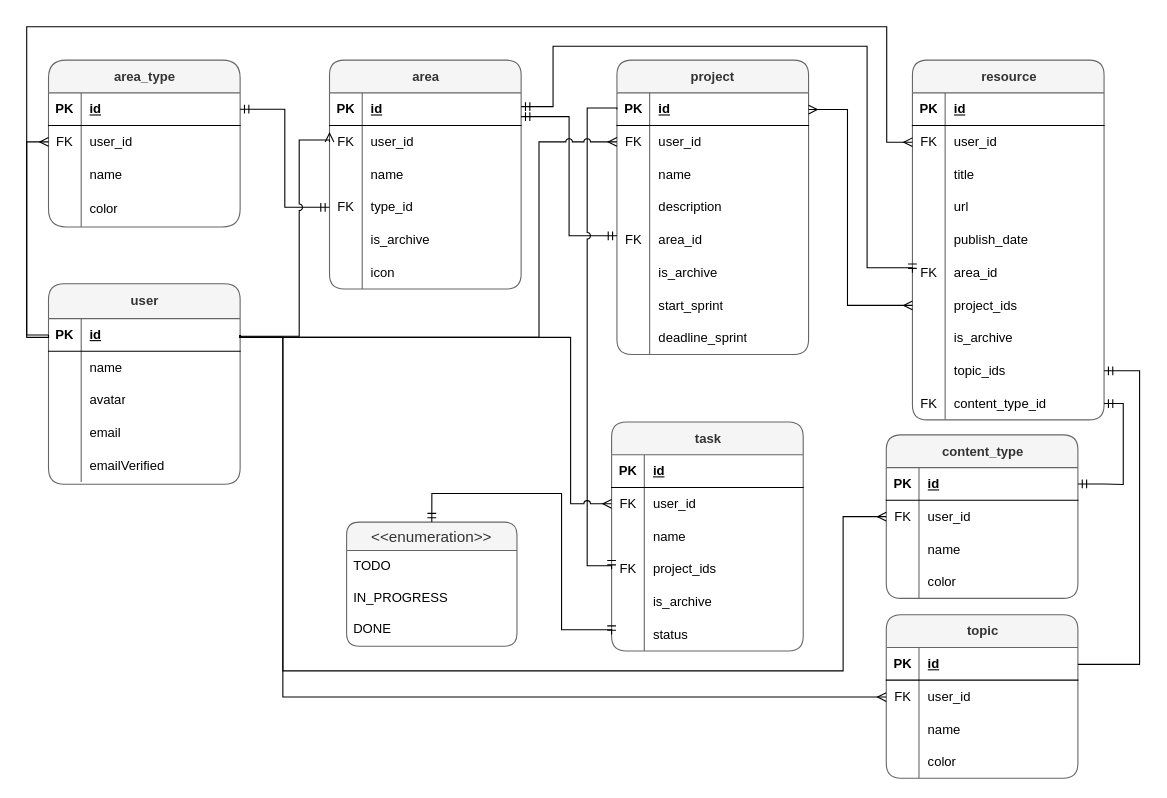
Above: Setala-App.drawio in yogiprsetya/app.diagrams.net (draw.io), before the change. Source tidied: cells renumbered, new cells numbered last; positions are measured from the earlier drawing's top-left corner, leaving out a move shared by most shapes. Both pictures are drawn from the tidied source at 109%, with x=0, y=0 at pixel (26, 26).
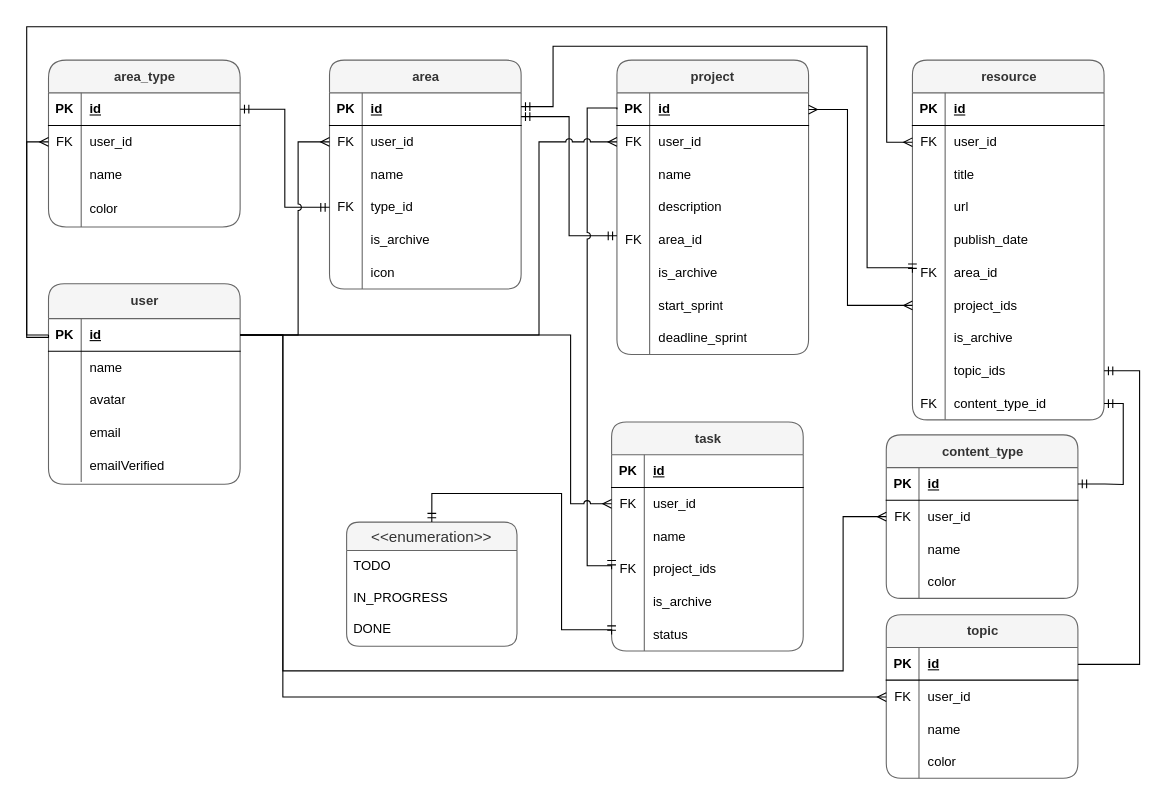
After the change.

Unchanged cells that the change refers to:
```xml
<mxCell id="6" style="shape=tableRow;horizontal=0;startSize=0;swimlaneHead=0;swimlaneBody=0;fillColor=none;points=[[0,0.5],[1,0.5]];portConstraint=eastwest;top=0;left=0;right=0;bottom=0;" parent="2" vertex="1">
  <mxGeometry y="60" width="175.8" height="30" as="geometry" />
</mxCell>
<mxCell id="39" style="shape=tableRow;horizontal=0;startSize=0;swimlaneHead=0;swimlaneBody=0;fillColor=none;points=[[0,0.5],[1,0.5]];portConstraint=eastwest;top=0;left=0;right=0;bottom=0;" parent="35" vertex="1">
  <mxGeometry y="60" width="175.8" height="30" as="geometry" />
</mxCell>
<mxCell id="96" style="shape=tableRow;horizontal=0;startSize=0;swimlaneHead=0;swimlaneBody=0;fillColor=none;points=[[0,0.5],[1,0.5]];portConstraint=eastwest;top=0;left=0;right=0;bottom=0;" parent="92" vertex="1">
  <mxGeometry y="60" width="175.8" height="30" as="geometry" />
</mxCell>
<mxCell id="111" style="shape=tableRow;horizontal=0;startSize=0;swimlaneHead=0;swimlaneBody=0;fillColor=none;points=[[0,0.5],[1,0.5]];portConstraint=eastwest;top=0;left=0;right=0;bottom=0;" parent="107" vertex="1">
  <mxGeometry y="60" width="175.8" height="30" as="geometry" />
</mxCell>
<mxCell id="137" style="shape=tableRow;horizontal=0;startSize=0;swimlaneHead=0;swimlaneBody=0;fillColor=none;points=[[0,0.5],[1,0.5]];portConstraint=eastwest;top=0;left=0;right=0;bottom=0;" parent="133" vertex="1">
  <mxGeometry y="60" width="175.8" height="30" as="geometry" />
</mxCell>
<mxCell id="148" style="shape=tableRow;horizontal=0;startSize=0;swimlaneHead=0;swimlaneBody=0;fillColor=none;points=[[0,0.5],[1,0.5]];portConstraint=eastwest;top=0;left=0;right=0;bottom=1;" parent="147" vertex="1">
  <mxGeometry y="32" width="175.8" height="30" as="geometry" />
</mxCell>
```

Diff of the diagram source:
```diff
@@
-    <mxCell id="164" style="edgeStyle=orthogonalEdgeStyle;rounded=0;jettySize=auto;html=1;entryX=0;entryY=0.5;entryDx=0;entryDy=0;endArrow=ERmany;endFill=0;jumpStyle=arc;exitX=1;exitY=0.5;exitDx=0;exitDy=0;" parent="1" edge="1" source="148" target="6">
+    <mxCell id="164" style="rounded=0;jettySize=auto;html=1;endArrow=ERmany;endFill=0;jumpStyle=arc;exitX=1;exitY=0.5;exitDx=0;exitDy=0;entryX=0;entryY=0.5;entryDx=0;entryDy=0;edgeStyle=orthogonalEdgeStyle;" parent="1" edge="1" source="148" target="6">
       <mxGeometry relative="1" as="geometry">
         <Array as="points">
-          <mxPoint x="196" y="284" />
-          <mxPoint x="250" y="284" />
-          <mxPoint x="250" y="104" />
-          <mxPoint x="278" y="104" />
+          <mxPoint x="249" y="283" />
+          <mxPoint x="249" y="106" />
         </Array>
       </mxGeometry>
     </mxCell>
     <mxCell id="165" style="edgeStyle=orthogonalEdgeStyle;rounded=0;jettySize=auto;html=1;entryX=0;entryY=0.5;entryDx=0;entryDy=0;endArrow=ERmany;endFill=0;jumpStyle=arc;exitX=1;exitY=0.5;exitDx=0;exitDy=0;" parent="1" edge="1" source="148" target="39">
       <mxGeometry relative="1" as="geometry">
         <Array as="points">
-          <mxPoint x="470" y="285" />
+          <mxPoint x="470" y="283" />
           <mxPoint x="470" y="105" />
           <mxPoint x="542" y="105" />
         </Array>
       </mxGeometry>
     </mxCell>
     <mxCell id="166" style="edgeStyle=orthogonalEdgeStyle;rounded=0;jettySize=auto;html=1;jumpStyle=arc;endArrow=ERmany;endFill=0;exitX=1;exitY=0.5;exitDx=0;exitDy=0;entryX=0;entryY=0.5;entryDx=0;entryDy=0;" parent="1" edge="1" source="148" target="111">
       <mxGeometry relative="1" as="geometry">
         <Array as="points">
-          <mxPoint x="499" y="285" />
+          <mxPoint x="499" y="283" />
           <mxPoint x="499" y="438" />
         </Array>
       </mxGeometry>
     </mxCell>
@@
     <mxCell id="168" style="rounded=0;jettySize=auto;html=1;entryX=0;entryY=0.5;entryDx=0;entryDy=0;exitX=1;exitY=0.5;exitDx=0;exitDy=0;edgeStyle=orthogonalEdgeStyle;endArrow=ERmany;endFill=0;" parent="1" edge="1" source="148" target="137">
       <mxGeometry relative="1" as="geometry">
         <Array as="points">
-          <mxPoint x="235" y="285" />
+          <mxPoint x="235" y="283" />
           <mxPoint x="235" y="591" />
           <mxPoint x="749" y="591" />
-          <mxPoint x="749" y="449" />
+          <mxPoint x="749" y="450" />
         </Array>
       </mxGeometry>
     </mxCell>
     <mxCell id="169" style="edgeStyle=orthogonalEdgeStyle;rounded=0;jettySize=auto;html=1;exitX=1;exitY=0.5;exitDx=0;exitDy=0;endArrow=ERmany;endFill=0;" parent="1" edge="1" source="148" target="96">
       <mxGeometry relative="1" as="geometry">
         <Array as="points">
-          <mxPoint x="235" y="285" />
+          <mxPoint x="235" y="283" />
           <mxPoint x="235" y="615" />
         </Array>
       </mxGeometry>
     </mxCell>
```
